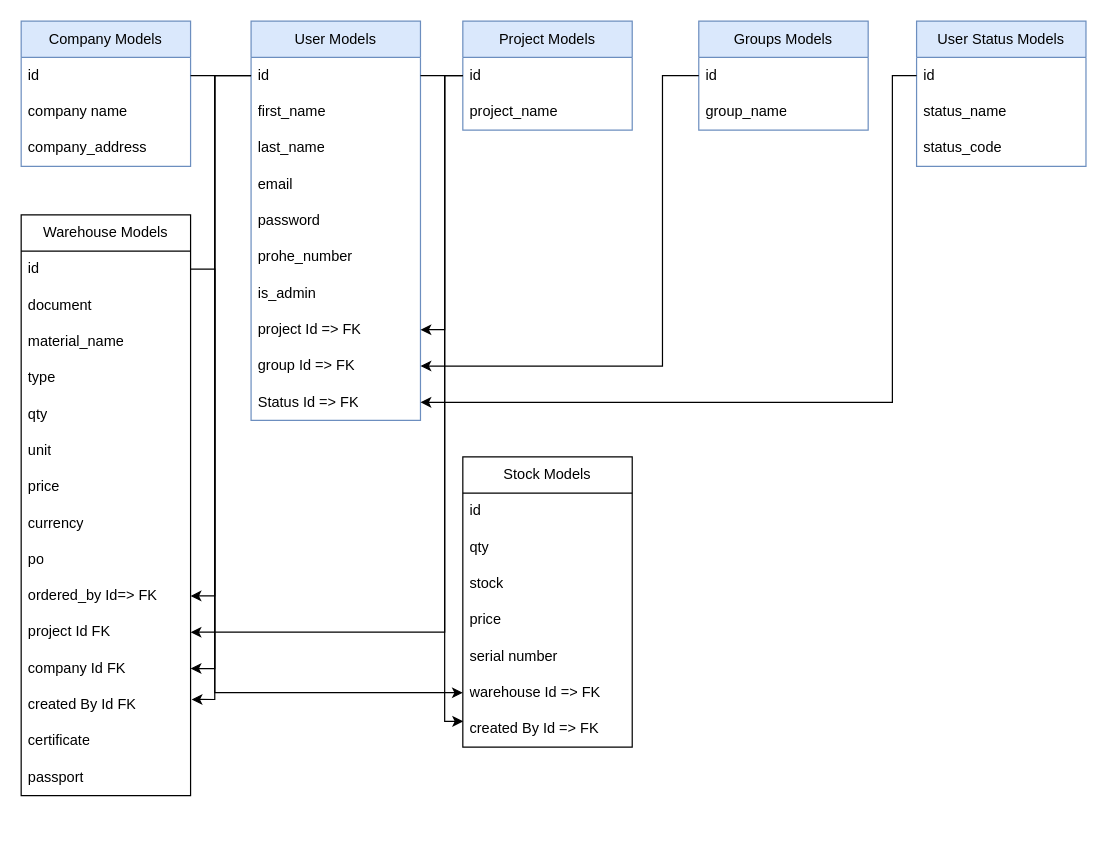
cavidanbagiri/warehouse-management-server keeps this draw.io diagram as DatabaseDiagram.drawio. Above is the earlier version. Source tidied: cells renumbered, new cells numbered last; positions are measured from the earlier drawing's top-left corner, leaving out a move shared by most shapes. Both pictures are drawn from the tidied source at 121%, with x=0, y=0 at pixel (21, 21).
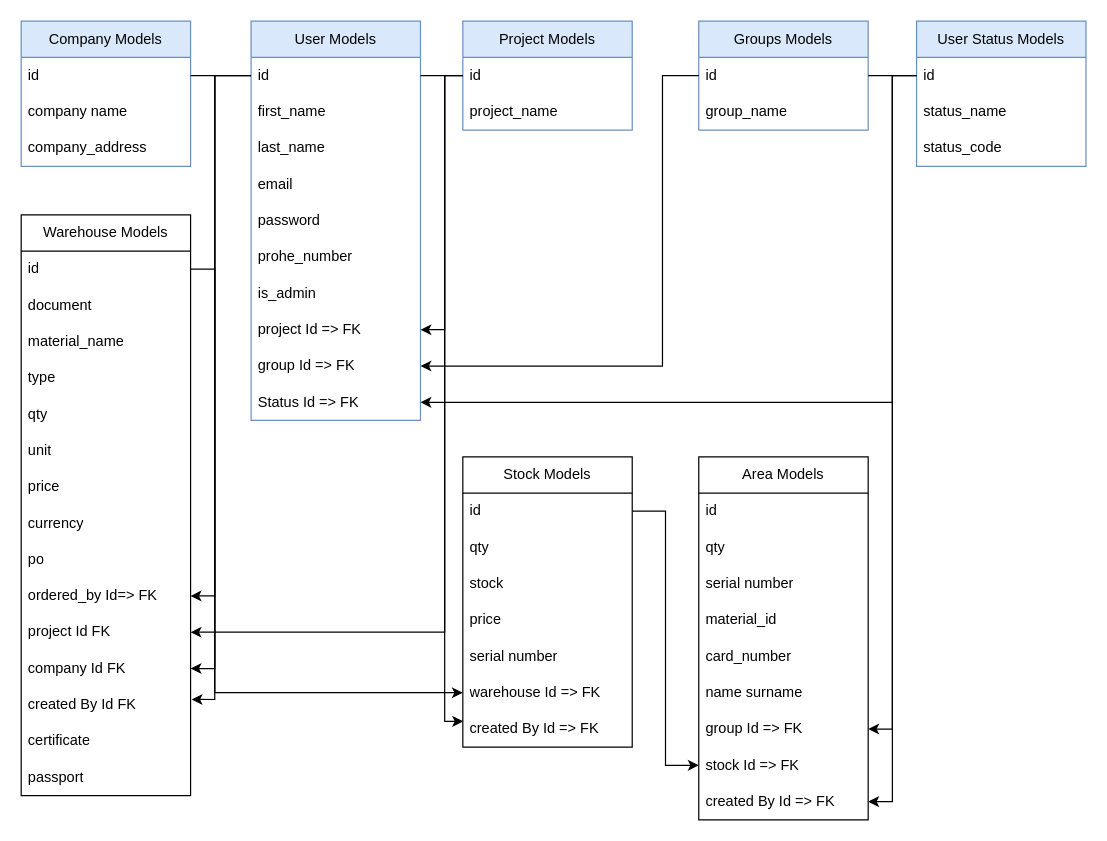
Above is the later version.

Unchanged cells that the change refers to:
```xml
<mxCell id="38" value="id" style="text;strokeColor=none;fillColor=none;align=left;verticalAlign=middle;spacingLeft=4;spacingRight=4;overflow=hidden;points=[[0,0.5],[1,0.5]];portConstraint=eastwest;whiteSpace=wrap;html=1;" parent="37" vertex="1">
  <mxGeometry y="30" width="140" height="30" as="geometry" />
</mxCell>
<mxCell id="44" value="id" style="text;strokeColor=none;fillColor=none;align=left;verticalAlign=middle;spacingLeft=4;spacingRight=4;overflow=hidden;points=[[0,0.5],[1,0.5]];portConstraint=eastwest;whiteSpace=wrap;html=1;" parent="43" vertex="1">
  <mxGeometry y="30" width="140" height="30" as="geometry" />
</mxCell>
<mxCell id="51" value="id" style="text;strokeColor=none;fillColor=none;align=left;verticalAlign=middle;spacingLeft=4;spacingRight=4;overflow=hidden;points=[[0,0.5],[1,0.5]];portConstraint=eastwest;whiteSpace=wrap;html=1;" parent="50" vertex="1">
  <mxGeometry y="30" width="140" height="30" as="geometry" />
</mxCell>
```

Diff of the diagram source:
```diff
@@
+    <mxCell id="60" value="Area Models" style="swimlane;fontStyle=0;horizontal=1;startSize=30;whiteSpace=wrap;html=1;" parent="1" vertex="1">
+      <mxGeometry x="560" y="360" width="140" height="300" as="geometry" />
+    </mxCell>
+    <mxCell id="61" value="id" style="text;strokeColor=none;fillColor=none;align=left;verticalAlign=middle;spacingLeft=4;spacingRight=4;overflow=hidden;whiteSpace=wrap;html=1;" parent="60" vertex="1">
+      <mxGeometry y="30" width="140" height="30" as="geometry" />
+    </mxCell>
+    <mxCell id="62" value="qty" style="text;strokeColor=none;fillColor=none;align=left;verticalAlign=middle;spacingLeft=4;spacingRight=4;overflow=hidden;whiteSpace=wrap;html=1;" parent="60" vertex="1">
+      <mxGeometry y="60" width="140" height="30" as="geometry" />
+    </mxCell>
+    <mxCell id="63" value="serial number" style="text;strokeColor=none;fillColor=none;align=left;verticalAlign=middle;spacingLeft=4;spacingRight=4;overflow=hidden;whiteSpace=wrap;html=1;" parent="60" vertex="1">
+      <mxGeometry y="90" width="140" height="30" as="geometry" />
+    </mxCell>
+    <mxCell id="64" value="material_id" style="text;strokeColor=none;fillColor=none;align=left;verticalAlign=middle;spacingLeft=4;spacingRight=4;overflow=hidden;whiteSpace=wrap;html=1;" parent="60" vertex="1">
+      <mxGeometry y="120" width="140" height="30" as="geometry" />
+    </mxCell>
+    <mxCell id="65" value="card_number" style="text;strokeColor=none;fillColor=none;align=left;verticalAlign=middle;spacingLeft=4;spacingRight=4;overflow=hidden;whiteSpace=wrap;html=1;" parent="60" vertex="1">
+      <mxGeometry y="150" width="140" height="30" as="geometry" />
+    </mxCell>
+    <mxCell id="66" value="name surname" style="text;strokeColor=none;fillColor=none;align=left;verticalAlign=middle;spacingLeft=4;spacingRight=4;overflow=hidden;whiteSpace=wrap;html=1;" parent="60" vertex="1">
+      <mxGeometry y="180" width="140" height="30" as="geometry" />
+    </mxCell>
+    <mxCell id="67" value="group Id =&amp;gt; FK" style="text;strokeColor=none;fillColor=none;align=left;verticalAlign=middle;spacingLeft=4;spacingRight=4;overflow=hidden;points=[[0,0.5],[1,0.5]];portConstraint=eastwest;whiteSpace=wrap;html=1;" parent="60" vertex="1">
+      <mxGeometry y="210" width="140" height="30" as="geometry" />
+    </mxCell>
+    <mxCell id="68" value="stock Id =&amp;gt; FK" style="text;strokeColor=none;fillColor=none;align=left;verticalAlign=middle;spacingLeft=4;spacingRight=4;overflow=hidden;points=[[0,0.5],[1,0.5]];portConstraint=eastwest;whiteSpace=wrap;html=1;" parent="60" vertex="1">
+      <mxGeometry y="240" width="140" height="30" as="geometry" />
+    </mxCell>
+    <mxCell id="69" value="created By Id =&amp;gt; FK" style="text;strokeColor=none;fillColor=none;align=left;verticalAlign=middle;spacingLeft=4;spacingRight=4;overflow=hidden;points=[[0,0.5],[1,0.5]];portConstraint=eastwest;whiteSpace=wrap;html=1;" parent="60" vertex="1">
+      <mxGeometry y="270" width="140" height="30" as="geometry" />
+    </mxCell>
+    <mxCell id="70" style="edgeStyle=orthogonalEdgeStyle;rounded=0;jettySize=auto;html=1;entryX=0;entryY=0.5;entryDx=0;entryDy=0;" parent="1" edge="1" source="51" target="68">
+      <mxGeometry relative="1" as="geometry" />
+    </mxCell>
+    <mxCell id="71" style="edgeStyle=orthogonalEdgeStyle;rounded=0;jettySize=auto;html=1;entryX=1;entryY=0.5;entryDx=0;entryDy=0;" parent="1" edge="1" source="38" target="67">
+      <mxGeometry relative="1" as="geometry">
+        <Array as="points">
+          <mxPoint x="720" y="45" />
+          <mxPoint x="720" y="585" />
+        </Array>
+      </mxGeometry>
+    </mxCell>
+    <mxCell id="72" style="edgeStyle=orthogonalEdgeStyle;rounded=0;jettySize=auto;html=1;entryX=1;entryY=0.5;entryDx=0;entryDy=0;" parent="1" edge="1" source="44" target="69">
+      <mxGeometry relative="1" as="geometry" />
+    </mxCell>
```
